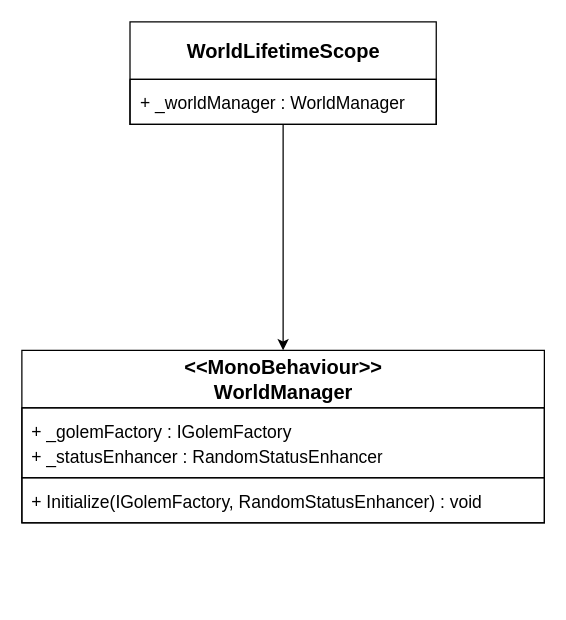
Before: Docs/Architecture/Diagrams/Composition/World.drawio in THISISJUSTICE/CubicLand, a draw.io diagram. Source tidied: cells renumbered, new cells numbered last; positions are measured from the earlier drawing's top-left corner, leaving out a move shared by most shapes. Both pictures are drawn from the tidied source at 125%, with x=0, y=0 at pixel (21, 21).
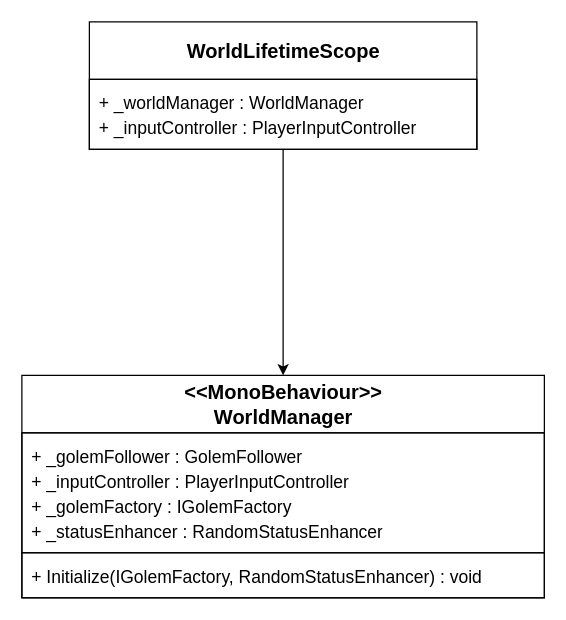
After the change.

What changed in the source:
```diff
@@
 <mxGraphModel>
   <root>
     <mxCell id="0" />
     <mxCell id="1" parent="0" />
     <mxCell id="2" value="&lt;h4 style=&quot;margin:0&quot;&gt;WorldLifetimeScope&lt;/h4&gt;" style="swimlane;fontSize=16;fontStyle=1;align=center;verticalAlign=middle;horizontal=1;startSize=46;html=1;fillColor=none;swimlaneFillColor=none;strokeColor=#000000;" parent="1" vertex="1">
-      <mxGeometry x="86.5" width="245" height="82" as="geometry" />
+      <mxGeometry x="54" width="310" height="102" as="geometry" />
     </mxCell>
     <mxCell id="3" value="&lt;div&gt;&amp;lt;&amp;lt;MonoBehaviour&amp;gt;&amp;gt;&lt;/div&gt;&lt;h4 style=&quot;margin:0&quot;&gt;WorldManager&lt;/h4&gt;" style="swimlane;fontSize=16;fontStyle=1;align=center;verticalAlign=middle;horizontal=1;startSize=46;html=1;fillColor=none;swimlaneFillColor=none;strokeColor=#000000;" parent="1" vertex="1">
-      <mxGeometry y="262.7" width="418" height="138" as="geometry" />
+      <mxGeometry y="282.7" width="418" height="178" as="geometry" />
     </mxCell>
     <mxCell id="4" style="edgeStyle=none;curved=0;rounded=0;html=1;strokeColor=#000000;exitPerimeter=0;entryPerimeter=0;exitX=0.50000;exitY=1.00000;entryX=0.50000;entryY=0.00000;endArrow=classic;endFill=1;" parent="1" edge="1" source="2" target="3">
       <mxGeometry relative="1" as="geometry" />
     </mxCell>
-    <mxCell id="5" value="&lt;div style=&quot;height:20px;line-height:20px;margin:0;padding:0;white-space:nowrap&quot;&gt;+ _worldManager : WorldManager&lt;/div&gt;" style="text;fontSize=14;strokeColor=#000000;fillColor=none;align=left;verticalAlign=middle;spacingTop=4;spacingBottom=4;spacingLeft=6;spacingRight=6;whiteSpace=wrap;overflow=hidden;html=1;" parent="2" vertex="1">
-      <mxGeometry y="46" width="245" height="36" as="geometry" />
+    <mxCell id="5" value="&lt;div style=&quot;height:20px;line-height:20px;margin:0;padding:0;white-space:nowrap&quot;&gt;+ _worldManager : WorldManager&lt;/div&gt;&lt;div style=&quot;height:20px;line-height:20px;margin:0;padding:0;white-space:nowrap&quot;&gt;+ _inputController : PlayerInputController&lt;/div&gt;" style="text;fontSize=14;strokeColor=#000000;fillColor=none;align=left;verticalAlign=middle;spacingTop=4;spacingBottom=4;spacingLeft=6;spacingRight=6;whiteSpace=wrap;overflow=hidden;html=1;" parent="2" vertex="1">
+      <mxGeometry y="46" width="310" height="56" as="geometry" />
     </mxCell>
-    <mxCell id="6" value="&lt;div style=&quot;height:20px;line-height:20px;margin:0;padding:0;white-space:nowrap&quot;&gt;+ _golemFactory : IGolemFactory&lt;/div&gt;&lt;div style=&quot;height:20px;line-height:20px;margin:0;padding:0;white-space:nowrap&quot;&gt;+ _statusEnhancer : RandomStatusEnhancer&lt;/div&gt;" style="text;fontSize=14;strokeColor=#000000;fillColor=none;align=left;verticalAlign=middle;spacingTop=4;spacingBottom=4;spacingLeft=6;spacingRight=6;whiteSpace=wrap;overflow=hidden;html=1;" parent="3" vertex="1">
-      <mxGeometry y="46" width="418" height="56" as="geometry" />
+    <mxCell id="6" value="&lt;div style=&quot;height:20px;line-height:20px;margin:0;padding:0;white-space:nowrap&quot;&gt;+ _golemFollower : GolemFollower&lt;/div&gt;&lt;div style=&quot;height:20px;line-height:20px;margin:0;padding:0;white-space:nowrap&quot;&gt;+ _inputController : PlayerInputController&lt;/div&gt;&lt;div style=&quot;height:20px;line-height:20px;margin:0;padding:0;white-space:nowrap&quot;&gt;+ _golemFactory : IGolemFactory&lt;/div&gt;&lt;div style=&quot;height:20px;line-height:20px;margin:0;padding:0;white-space:nowrap&quot;&gt;+ _statusEnhancer : RandomStatusEnhancer&lt;/div&gt;" style="text;fontSize=14;strokeColor=#000000;fillColor=none;align=left;verticalAlign=middle;spacingTop=4;spacingBottom=4;spacingLeft=6;spacingRight=6;whiteSpace=wrap;overflow=hidden;html=1;" parent="3" vertex="1">
+      <mxGeometry y="46" width="418" height="96" as="geometry" />
     </mxCell>
     <mxCell id="7" value="&lt;div style=&quot;height:20px;line-height:20px;margin:0;padding:0;white-space:nowrap&quot;&gt;+ Initialize(IGolemFactory, RandomStatusEnhancer) : void&lt;/div&gt;" style="text;fontSize=14;strokeColor=#000000;fillColor=none;align=left;verticalAlign=middle;spacingTop=4;spacingBottom=4;spacingLeft=6;spacingRight=6;whiteSpace=wrap;overflow=hidden;html=1;" parent="3" vertex="1">
-      <mxGeometry y="102" width="418" height="36" as="geometry" />
+      <mxGeometry y="142" width="418" height="36" as="geometry" />
     </mxCell>
   </root>
 </mxGraphModel>
```
